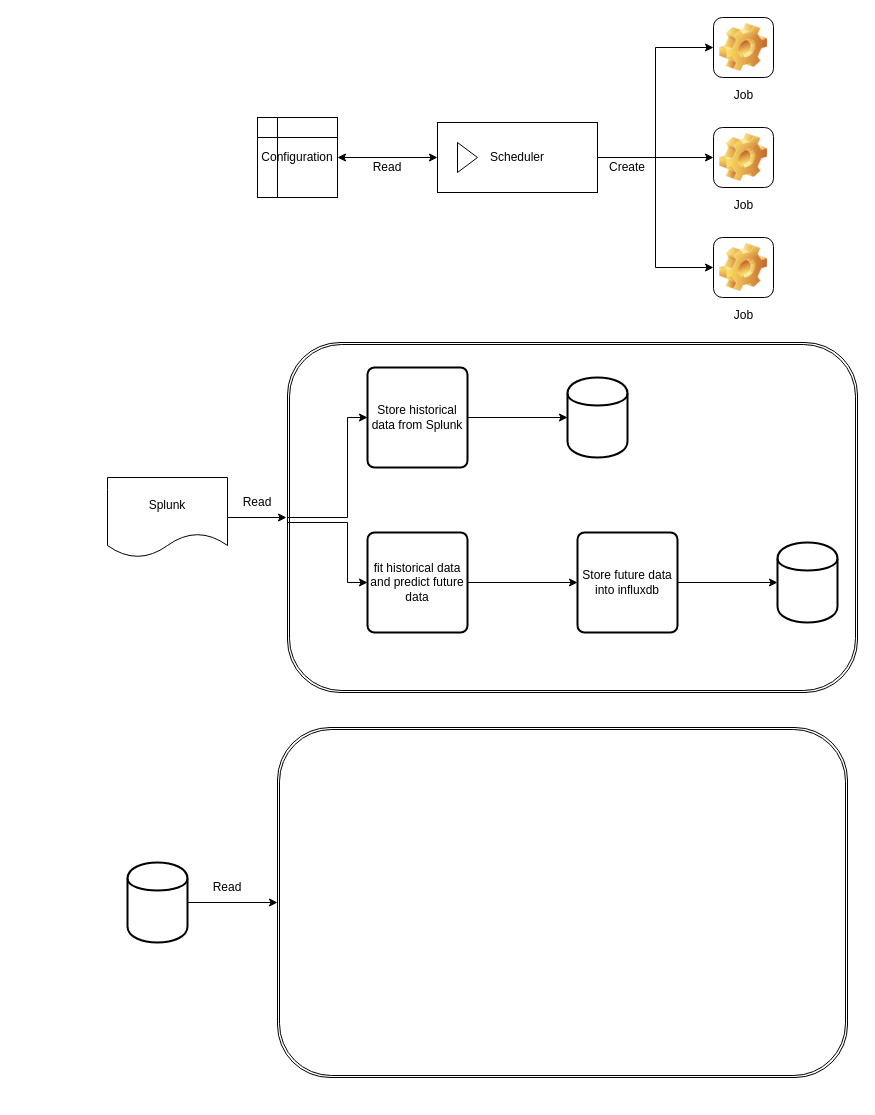
Earlier version of the draw.io diagram Prophet/Untitled Diagram.drawio (NJGehe/drawIO). Source tidied: cells renumbered, new cells numbered last; positions are measured from the earlier drawing's top-left corner, leaving out a move shared by most shapes. Both pictures are drawn from the tidied source at 100%, with x=0, y=0 at pixel (107, 17).
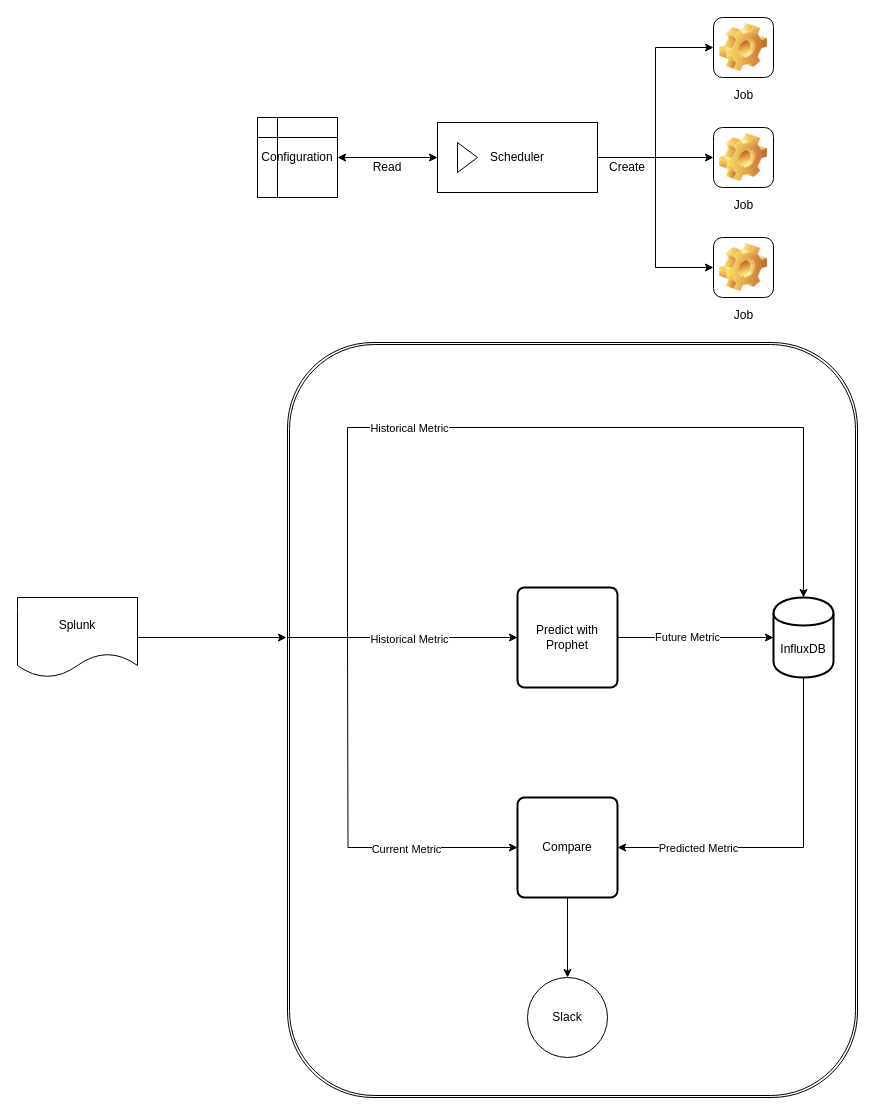
The same diagram, later.

Commit message:
prophet-demo

What changed in the source:
```diff
@@
-    <mxCell id="2" style="shape=ext;double=1;rounded=1;whiteSpace=wrap;html=1;" parent="1" vertex="1">
-      <mxGeometry x="170" y="710" width="570" height="350" as="geometry" />
-    </mxCell>
     <mxCell id="3" style="shape=ext;double=1;rounded=1;whiteSpace=wrap;html=1;" parent="1" vertex="1">
-      <mxGeometry x="180" y="325" width="570" height="350" as="geometry" />
+      <mxGeometry x="180" y="325" width="570" height="755" as="geometry" />
     </mxCell>
@@
     <mxCell id="16" style="edgeStyle=orthogonalEdgeStyle;rounded=0;jettySize=auto;html=1;startArrow=none;startFill=0;" parent="1" edge="1" source="17">
       <mxGeometry relative="1" as="geometry">
-        <mxPoint x="179" y="500" as="targetPoint" />
+        <mxPoint x="179" y="620" as="targetPoint" />
       </mxGeometry>
     </mxCell>
     <mxCell id="17" value="Splunk" style="shape=document;whiteSpace=wrap;html=1;boundedLbl=1;" parent="1" vertex="1">
-      <mxGeometry y="460" width="120" height="80" as="geometry" />
+      <mxGeometry x="-90" y="580" width="120" height="80" as="geometry" />
     </mxCell>
-    <mxCell id="18" value="Read" style="text;html=1;strokeColor=none;fillColor=none;align=center;verticalAlign=middle;whiteSpace=wrap;rounded=0;" parent="1" vertex="1">
-      <mxGeometry x="130" y="475" width="40" height="20" as="geometry" />
-    </mxCell>
-    <mxCell id="19" style="edgeStyle=orthogonalEdgeStyle;rounded=0;jettySize=auto;html=1;startArrow=none;startFill=0;" parent="1" edge="1" source="21" target="26">
-      <mxGeometry relative="1" as="geometry" />
-    </mxCell>
-    <mxCell id="20" style="edgeStyle=orthogonalEdgeStyle;rounded=0;jettySize=auto;html=1;exitX=0;exitY=0.5;exitDx=0;exitDy=0;entryX=0;entryY=0.5;entryDx=0;entryDy=0;startArrow=classic;startFill=1;endArrow=none;endFill=0;" parent="1" edge="1" source="21" target="3">
-      <mxGeometry relative="1" as="geometry" />
+    <mxCell id="20" style="edgeStyle=orthogonalEdgeStyle;rounded=0;jettySize=auto;html=1;exitX=0.5;exitY=0;exitDx=0;exitDy=0;startArrow=classic;startFill=1;endArrow=none;endFill=0;" parent="1" edge="1" source="28">
+      <mxGeometry relative="1" as="geometry">
+        <mxPoint x="240" y="620" as="targetPoint" />
+        <Array as="points">
+          <mxPoint x="696" y="410" />
+          <mxPoint x="240" y="410" />
+        </Array>
+      </mxGeometry>
     </mxCell>
-    <mxCell id="21" value="Store historical data from Splunk" style="rounded=1;whiteSpace=wrap;html=1;absoluteArcSize=1;arcSize=14;strokeWidth=2;" parent="1" vertex="1">
-      <mxGeometry x="260" y="350" width="100" height="100" as="geometry" />
-    </mxCell>
-    <mxCell id="22" style="edgeStyle=orthogonalEdgeStyle;rounded=0;jettySize=auto;html=1;startArrow=none;startFill=0;" parent="1" edge="1" source="23" target="25">
-      <mxGeometry relative="1" as="geometry" />
-    </mxCell>
+    <mxCell id="32" value="Historical Metric" style="edgeLabel;html=1;align=center;verticalAlign=middle;" parent="20" vertex="1">
+      <mxGeometry x="-0.43" relative="1" as="geometry">
+        <mxPoint x="-326.7" as="offset" />
+      </mxGeometry>
+    </mxCell>
-    <mxCell id="23" value="fit historical data and predict future data" style="rounded=1;whiteSpace=wrap;html=1;absoluteArcSize=1;arcSize=14;strokeWidth=2;" parent="1" vertex="1">
-      <mxGeometry x="260" y="515" width="100" height="100" as="geometry" />
+    <mxCell id="23" value="Predict with Prophet" style="rounded=1;whiteSpace=wrap;html=1;absoluteArcSize=1;arcSize=14;strokeWidth=2;" parent="1" vertex="1">
+      <mxGeometry x="410" y="570" width="100" height="100" as="geometry" />
     </mxCell>
-    <mxCell id="24" style="edgeStyle=orthogonalEdgeStyle;rounded=0;jettySize=auto;html=1;startArrow=none;startFill=0;endArrow=classic;endFill=1;" parent="1" edge="1" source="25" target="28">
+    <mxCell id="24" style="edgeStyle=orthogonalEdgeStyle;rounded=0;jettySize=auto;html=1;startArrow=none;startFill=0;endArrow=classic;endFill=1;exitX=1;exitY=0.5;exitDx=0;exitDy=0;" parent="1" edge="1" source="23" target="28">
       <mxGeometry relative="1" as="geometry" />
     </mxCell>
-    <mxCell id="25" value="Store future data into influxdb" style="rounded=1;whiteSpace=wrap;html=1;absoluteArcSize=1;arcSize=14;strokeWidth=2;" parent="1" vertex="1">
-      <mxGeometry x="470" y="515" width="100" height="100" as="geometry" />
-    </mxCell>
-    <mxCell id="26" style="shape=cylinder;whiteSpace=wrap;html=1;boundedLbl=1;backgroundOutline=1;rounded=1;strokeWidth=2;arcSize=14;" parent="1" vertex="1">
-      <mxGeometry x="460" y="360" width="60" height="80" as="geometry" />
-    </mxCell>
+    <mxCell id="33" value="Future Metric" style="edgeLabel;html=1;align=center;verticalAlign=middle;" parent="24" vertex="1">
+      <mxGeometry x="-0.12" y="1" relative="1" as="geometry" />
+    </mxCell>
     <mxCell id="27" style="edgeStyle=orthogonalEdgeStyle;rounded=0;jettySize=auto;html=1;exitX=0;exitY=0.5;exitDx=0;exitDy=0;startArrow=classic;startFill=1;endArrow=none;endFill=0;" parent="1" edge="1" source="23">
       <mxGeometry relative="1" as="geometry">
         <mxPoint x="180" y="505" as="targetPoint" />
         <Array as="points">
-          <mxPoint x="240" y="565" />
-          <mxPoint x="240" y="505" />
+          <mxPoint x="290" y="620" />
+          <mxPoint x="180" y="620" />
         </Array>
       </mxGeometry>
     </mxCell>
+    <mxCell id="34" value="Historical Metric" style="edgeLabel;html=1;align=center;verticalAlign=middle;" parent="27" vertex="1">
+      <mxGeometry x="-0.37" y="1" relative="1" as="geometry" />
+    </mxCell>
-    <mxCell id="28" style="shape=cylinder;whiteSpace=wrap;html=1;boundedLbl=1;backgroundOutline=1;rounded=1;strokeWidth=2;arcSize=14;" parent="1" vertex="1">
-      <mxGeometry x="670" y="525" width="60" height="80" as="geometry" />
+    <mxCell id="28" value="InfluxDB" style="shape=cylinder;whiteSpace=wrap;html=1;boundedLbl=1;backgroundOutline=1;rounded=1;strokeWidth=2;arcSize=14;" parent="1" vertex="1">
+      <mxGeometry x="666" y="580" width="60" height="80" as="geometry" />
     </mxCell>
-    <mxCell id="29" style="edgeStyle=orthogonalEdgeStyle;rounded=0;jettySize=auto;html=1;startArrow=none;startFill=0;endArrow=classic;endFill=1;" parent="1" edge="1" source="30" target="2">
-      <mxGeometry relative="1" as="geometry" />
-    </mxCell>
-    <mxCell id="30" style="shape=cylinder;whiteSpace=wrap;html=1;boundedLbl=1;backgroundOutline=1;rounded=1;strokeWidth=2;arcSize=14;" parent="1" vertex="1">
-      <mxGeometry x="20" y="845" width="60" height="80" as="geometry" />
-    </mxCell>
-    <mxCell id="31" value="Read" style="text;html=1;strokeColor=none;fillColor=none;align=center;verticalAlign=middle;whiteSpace=wrap;rounded=0;" parent="1" vertex="1">
-      <mxGeometry x="100" y="860" width="40" height="20" as="geometry" />
-    </mxCell>
+    <mxCell id="35" style="edgeStyle=orthogonalEdgeStyle;rounded=0;jettySize=auto;html=1;" parent="1" edge="1" source="36" target="41">
+      <mxGeometry relative="1" as="geometry" />
+    </mxCell>
+    <mxCell id="36" value="Compare" style="rounded=1;whiteSpace=wrap;html=1;absoluteArcSize=1;arcSize=14;strokeWidth=2;" parent="1" vertex="1">
+      <mxGeometry x="410" y="780" width="100" height="100" as="geometry" />
+    </mxCell>
+    <mxCell id="37" style="edgeStyle=orthogonalEdgeStyle;rounded=0;jettySize=auto;html=1;exitX=0;exitY=0.5;exitDx=0;exitDy=0;startArrow=classic;startFill=1;endArrow=none;endFill=0;" parent="1" edge="1" source="36">
+      <mxGeometry relative="1" as="geometry">
+        <mxPoint x="240" y="620" as="targetPoint" />
+      </mxGeometry>
+    </mxCell>
+    <mxCell id="38" value="Current Metric" style="edgeLabel;html=1;align=center;verticalAlign=middle;" parent="37" vertex="1">
+      <mxGeometry x="-0.41" y="1" relative="1" as="geometry" />
+    </mxCell>
+    <mxCell id="39" style="edgeStyle=orthogonalEdgeStyle;rounded=0;jettySize=auto;html=1;startArrow=none;startFill=0;entryX=1;entryY=0.5;entryDx=0;entryDy=0;exitX=0.5;exitY=1;exitDx=0;exitDy=0;" parent="1" edge="1" source="28" target="36">
+      <mxGeometry relative="1" as="geometry" />
+    </mxCell>
+    <mxCell id="40" value="Predicted Metric" style="edgeLabel;html=1;align=center;verticalAlign=middle;" parent="39" vertex="1">
+      <mxGeometry x="0.41" y="-1" relative="1" as="geometry">
+        <mxPoint x="-24.3" y="1" as="offset" />
+      </mxGeometry>
+    </mxCell>
+    <mxCell id="41" value="Slack" style="ellipse;whiteSpace=wrap;html=1;" parent="1" vertex="1">
+      <mxGeometry x="420" y="960" width="80" height="80" as="geometry" />
+    </mxCell>
```
